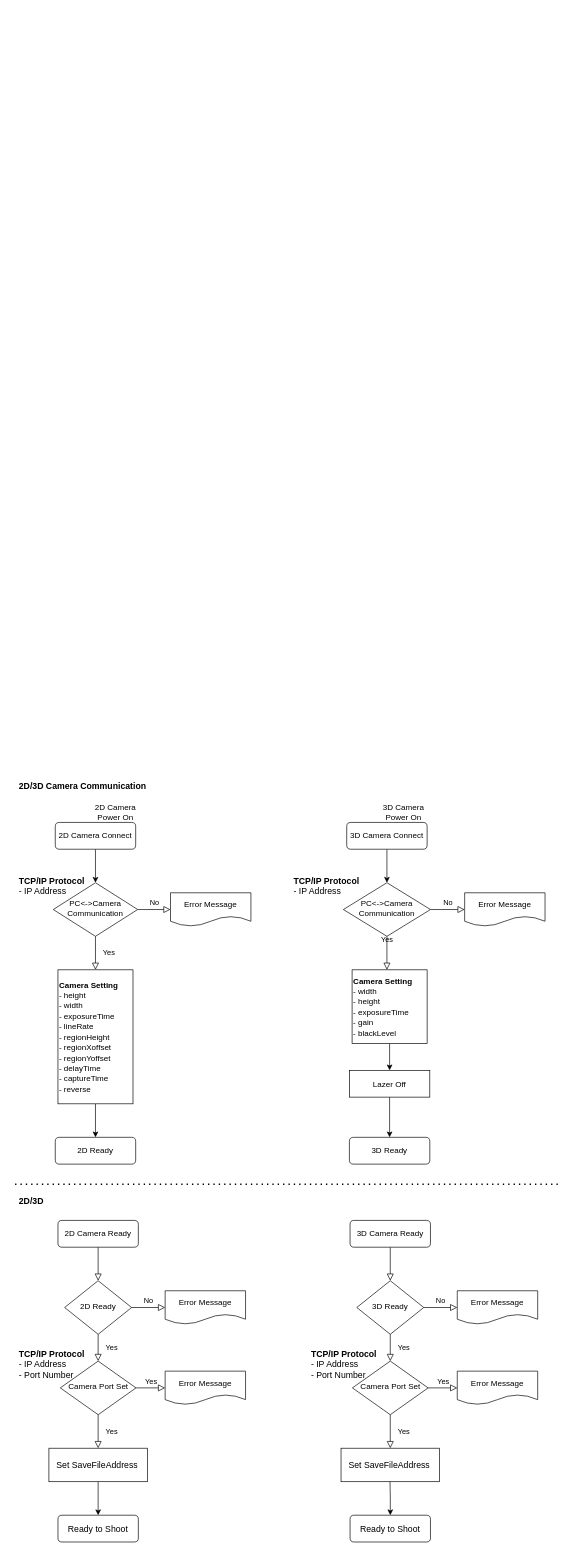
Above: 제목 없는 다이어그램.drawio in Mori2222/rpfirst (draw.io), before the change. Source tidied: cells renumbered, new cells numbered last; positions are measured from the earlier drawing's top-left corner, leaving out a move shared by most shapes. Both pictures are drawn from the tidied source at 67%, with x=0, y=0 at pixel (11, 775).
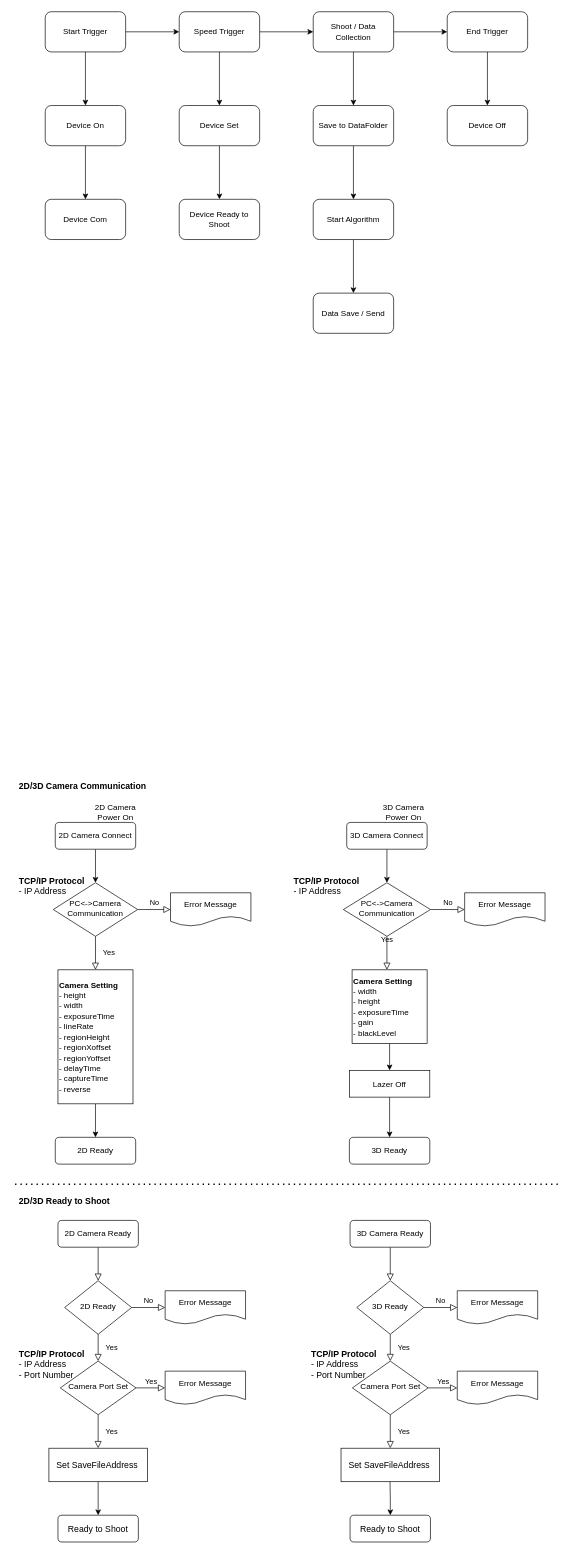
The same page after the edit.

Commit message:
제목 없는 다이어그램.drawio 업데이트

The edit, as a diff of the source:
```diff
@@
-    <mxCell id="56" value="2D/3D" style="text;strokeColor=none;fillColor=none;align=left;verticalAlign=middle;spacingLeft=4;spacingRight=4;overflow=hidden;fontStyle=1;fontSize=13;" parent="1" vertex="1">
+    <mxCell id="56" value="2D/3D Ready to Shoot" style="text;strokeColor=none;fillColor=none;align=left;verticalAlign=middle;spacingLeft=4;spacingRight=4;overflow=hidden;fontStyle=1;fontSize=13;" parent="1" vertex="1">
       <mxGeometry x="5" y="620" width="203" height="30" as="geometry" />
     </mxCell>
+    <mxCell id="57" style="edgeStyle=orthogonalEdgeStyle;rounded=0;jettySize=auto;html=1;" parent="1" edge="1" source="59" target="64">
+      <mxGeometry relative="1" as="geometry" />
+    </mxCell>
+    <mxCell id="58" style="edgeStyle=orthogonalEdgeStyle;rounded=0;jettySize=auto;html=1;" parent="1" edge="1" source="59" target="68">
+      <mxGeometry relative="1" as="geometry" />
+    </mxCell>
+    <mxCell id="59" value="Start Trigger" style="rounded=1;whiteSpace=wrap;html=1;" parent="1" vertex="1">
+      <mxGeometry x="50" y="-1140" width="120" height="60" as="geometry" />
+    </mxCell>
+    <mxCell id="60" style="edgeStyle=orthogonalEdgeStyle;rounded=0;jettySize=auto;html=1;" parent="1" edge="1" source="61" target="62">
+      <mxGeometry relative="1" as="geometry" />
+    </mxCell>
+    <mxCell id="61" value="Device Set" style="whiteSpace=wrap;html=1;rounded=1;" parent="1" vertex="1">
+      <mxGeometry x="250" y="-1000" width="120" height="60" as="geometry" />
+    </mxCell>
+    <mxCell id="62" value="Device Ready to Shoot" style="whiteSpace=wrap;html=1;rounded=1;" parent="1" vertex="1">
+      <mxGeometry x="250" y="-860" width="120" height="60" as="geometry" />
+    </mxCell>
+    <mxCell id="63" style="edgeStyle=orthogonalEdgeStyle;rounded=0;jettySize=auto;html=1;" parent="1" edge="1" source="64" target="65">
+      <mxGeometry relative="1" as="geometry" />
+    </mxCell>
+    <mxCell id="64" value="Device On" style="whiteSpace=wrap;html=1;rounded=1;" parent="1" vertex="1">
+      <mxGeometry x="50" y="-1000" width="120" height="60" as="geometry" />
+    </mxCell>
+    <mxCell id="65" value="Device Com" style="whiteSpace=wrap;html=1;rounded=1;" parent="1" vertex="1">
+      <mxGeometry x="50" y="-860" width="120" height="60" as="geometry" />
+    </mxCell>
+    <mxCell id="66" style="edgeStyle=orthogonalEdgeStyle;rounded=0;jettySize=auto;html=1;" parent="1" edge="1" source="68" target="61">
+      <mxGeometry relative="1" as="geometry" />
+    </mxCell>
+    <mxCell id="67" style="edgeStyle=orthogonalEdgeStyle;rounded=0;jettySize=auto;html=1;" parent="1" edge="1" source="68" target="71">
+      <mxGeometry relative="1" as="geometry" />
+    </mxCell>
+    <mxCell id="68" value="Speed Trigger" style="rounded=1;whiteSpace=wrap;html=1;" parent="1" vertex="1">
+      <mxGeometry x="250" y="-1140" width="120" height="60" as="geometry" />
+    </mxCell>
+    <mxCell id="69" style="edgeStyle=orthogonalEdgeStyle;rounded=0;jettySize=auto;html=1;" parent="1" edge="1" source="71" target="73">
+      <mxGeometry relative="1" as="geometry" />
+    </mxCell>
+    <mxCell id="70" style="edgeStyle=orthogonalEdgeStyle;rounded=0;jettySize=auto;html=1;" parent="1" edge="1" source="71" target="78">
+      <mxGeometry relative="1" as="geometry" />
+    </mxCell>
+    <mxCell id="71" value="Shoot / Data Collection" style="whiteSpace=wrap;html=1;rounded=1;" parent="1" vertex="1">
+      <mxGeometry x="450" y="-1140" width="120" height="60" as="geometry" />
+    </mxCell>
+    <mxCell id="72" style="edgeStyle=orthogonalEdgeStyle;rounded=0;jettySize=auto;html=1;" parent="1" edge="1" source="73" target="75">
+      <mxGeometry relative="1" as="geometry" />
+    </mxCell>
+    <mxCell id="73" value="Save to DataFolder" style="whiteSpace=wrap;html=1;rounded=1;" parent="1" vertex="1">
+      <mxGeometry x="450" y="-1000" width="120" height="60" as="geometry" />
+    </mxCell>
+    <mxCell id="74" style="edgeStyle=orthogonalEdgeStyle;rounded=0;jettySize=auto;html=1;" parent="1" edge="1" source="75" target="76">
+      <mxGeometry relative="1" as="geometry" />
+    </mxCell>
+    <mxCell id="75" value="&lt;div style=&quot;text-align: left;&quot;&gt;&lt;span style=&quot;background-color: initial;&quot;&gt;Start Algorithm&lt;/span&gt;&lt;/div&gt;" style="whiteSpace=wrap;html=1;rounded=1;" parent="1" vertex="1">
+      <mxGeometry x="450" y="-860" width="120" height="60" as="geometry" />
+    </mxCell>
+    <mxCell id="76" value="Data Save / Send" style="whiteSpace=wrap;html=1;rounded=1;" parent="1" vertex="1">
+      <mxGeometry x="450" y="-720" width="120" height="60" as="geometry" />
+    </mxCell>
+    <mxCell id="77" style="edgeStyle=orthogonalEdgeStyle;rounded=0;jettySize=auto;html=1;" parent="1" edge="1" source="78" target="79">
+      <mxGeometry relative="1" as="geometry" />
+    </mxCell>
+    <mxCell id="78" value="End Trigger" style="whiteSpace=wrap;html=1;rounded=1;" parent="1" vertex="1">
+      <mxGeometry x="650" y="-1140" width="120" height="60" as="geometry" />
+    </mxCell>
+    <mxCell id="79" value="Device Off" style="whiteSpace=wrap;html=1;rounded=1;" parent="1" vertex="1">
+      <mxGeometry x="650" y="-1000" width="120" height="60" as="geometry" />
+    </mxCell>
```
